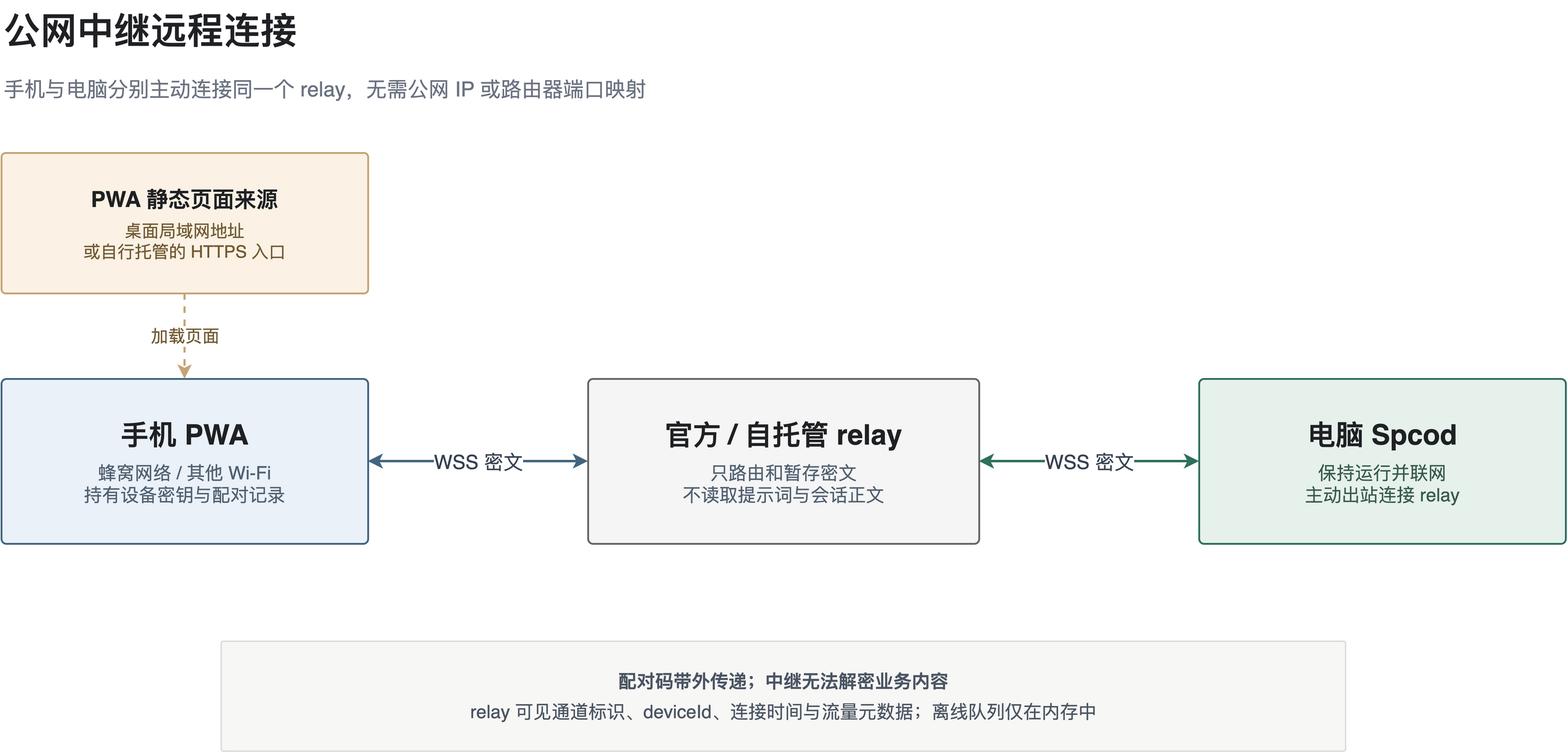
Above: docs/assets/remote-connection/public-zh.drawio.png in spcodhu/Spcode (draw.io), before the change. Source tidied: cells renumbered, new cells last; positions are measured from the earlier drawing's top-left corner, leaving out a move shared by most shapes.
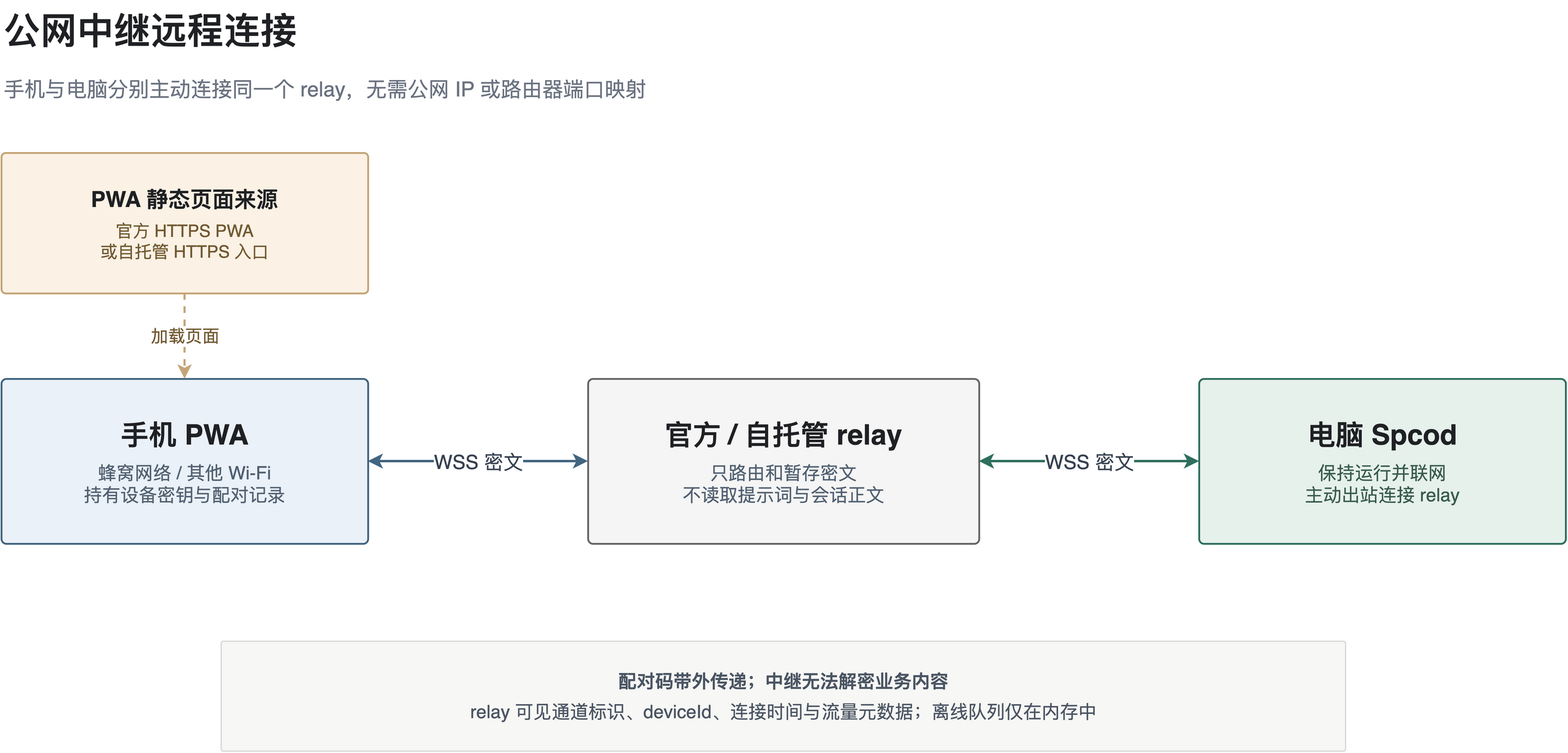
After the change.

The edit, as a diff of the source:
```diff
@@ -8,7 +8,7 @@
     <mxCell id="3" value="手机与电脑分别主动连接同一个 relay，无需公网 IP 或路由器端口映射" style="text;html=1;whiteSpace=wrap;align=left;verticalAlign=middle;fontSize=17;fontColor=#6B7280;fontFamily=Helvetica;" parent="1" vertex="1">
       <mxGeometry y="55" width="1280" height="35" as="geometry" />
     </mxCell>
-    <mxCell id="4" value="&lt;div style=&quot;font-size:18px&quot;&gt;&lt;b&gt;PWA 静态页面来源&lt;/b&gt;&lt;/div&gt;&lt;div style=&quot;font-size:14px;color:#725A32;margin-top:7px&quot;&gt;桌面局域网地址&lt;br&gt;或自行托管的 HTTPS 入口&lt;/div&gt;" style="rounded=1;arcSize=3;whiteSpace=wrap;html=1;fillColor=#FBF2E5;strokeColor=#C5A477;strokeWidth=1.5;fontColor=#202124;fontFamily=Helvetica;align=center;verticalAlign=middle;spacing=10;" parent="1" vertex="1">
+    <mxCell id="4" value="&lt;div style=&quot;font-size:18px&quot;&gt;&lt;b&gt;PWA 静态页面来源&lt;/b&gt;&lt;/div&gt;&lt;div style=&quot;font-size:14px;color:#725A32;margin-top:7px&quot;&gt;官方 HTTPS PWA&lt;br&gt;或自托管 HTTPS 入口&lt;/div&gt;" style="rounded=1;arcSize=3;whiteSpace=wrap;html=1;fillColor=#FBF2E5;strokeColor=#C5A477;strokeWidth=1.5;fontColor=#202124;fontFamily=Helvetica;align=center;verticalAlign=middle;spacing=10;" parent="1" vertex="1">
       <mxGeometry y="125" width="300" height="115" as="geometry" />
     </mxCell>
     <mxCell id="5" value="&lt;div style=&quot;font-size:23px&quot;&gt;&lt;b&gt;手机 PWA&lt;/b&gt;&lt;/div&gt;&lt;div style=&quot;font-size:15px;color:#526172;margin-top:8px&quot;&gt;蜂窝网络 / 其他 Wi-Fi&lt;br&gt;持有设备密钥与配对记录&lt;/div&gt;" style="rounded=1;arcSize=3;whiteSpace=wrap;html=1;fillColor=#EAF1F8;strokeColor=#426580;strokeWidth=1.5;fontColor=#202124;fontFamily=Helvetica;align=center;verticalAlign=middle;spacing=12;" parent="1" vertex="1">
```
